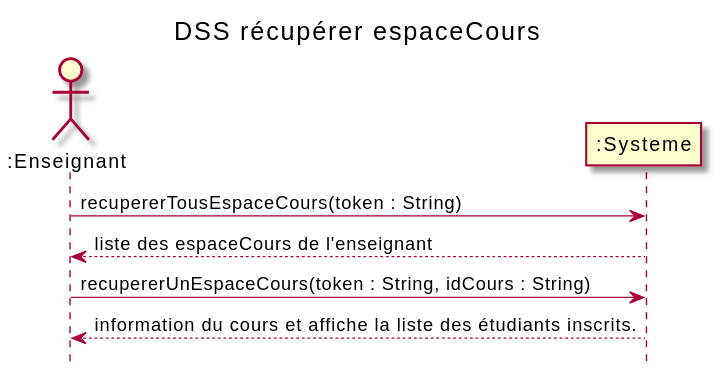
Earlier version of the PlantUML export out/docs/Récupérer cours/DSS_Récupérer_cours/DSS_Récupérer_Cours.svg (nerdz88/SGA-TS).
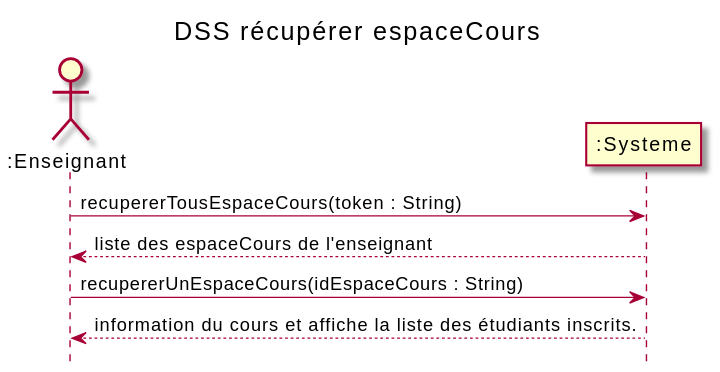
After the change.

Diff of the diagram source:
```diff
@@ -6,6 +6,6 @@
 
 professeur ->  systeme : recupererTousEspaceCours(token : String)
 professeur <-- systeme : liste des espaceCours de l'enseignant
-professeur -> systeme : recupererUnEspaceCours(token : String, idCours : String)
+professeur -> systeme : recupererUnEspaceCours(idEspaceCours : String)
 professeur <-- systeme : information du cours et affiche la liste des étudiants inscrits.
 @enduml
```
